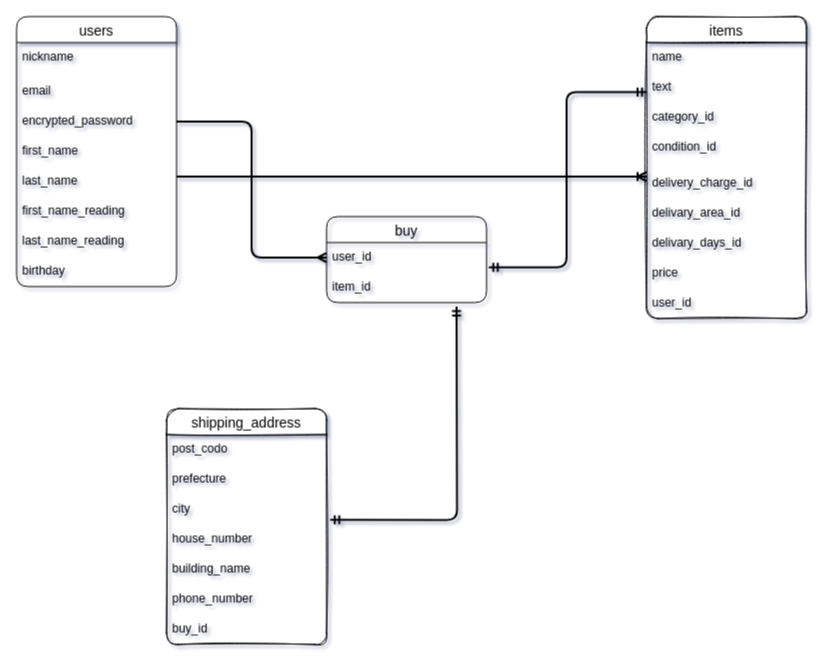
Earlier version of the draw.io diagram er.dio (minama003/furima-30325). Source tidied: cells renumbered, new cells numbered last; positions are measured from the earlier drawing's top-left corner, leaving out a move shared by most shapes. Both pictures are drawn from the tidied source at 100%, with x=0, y=0 at pixel (16, 16).
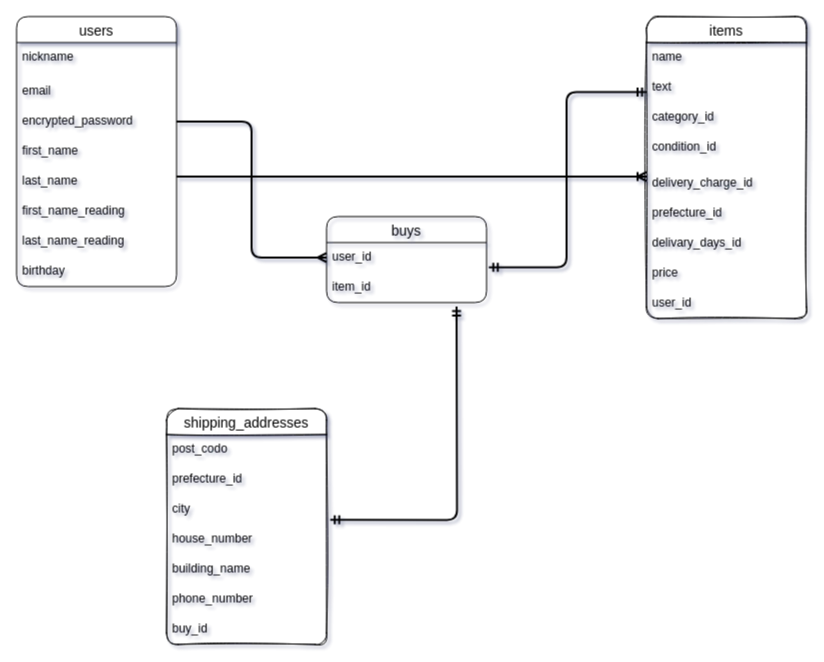
After the change.

Unchanged cells that the change refers to:
```xml
<mxCell id="11" value="items" style="swimlane;fontStyle=0;horizontal=1;startSize=26;align=center;fontSize=14;sketch=1;rounded=1;" parent="1" vertex="1">
  <mxGeometry x="630" width="160" height="302" as="geometry" />
</mxCell>
```

What changed in the source:
```diff
@@
-    <mxCell id="17" value="delivary_area_id" style="text;strokeColor=none;fillColor=none;spacingLeft=4;spacingRight=4;overflow=hidden;fontSize=12;rounded=1;" parent="11" vertex="1">
+    <mxCell id="17" value="prefecture_id" style="text;strokeColor=none;fillColor=none;spacingLeft=4;spacingRight=4;overflow=hidden;fontSize=12;rounded=1;" parent="11" vertex="1">
       <mxGeometry y="182" width="160" height="30" as="geometry" />
     </mxCell>
@@
-    <mxCell id="21" value="shipping_address" style="swimlane;fontStyle=0;horizontal=1;startSize=26;align=center;fontSize=14;sketch=1;rounded=1;" parent="1" vertex="1">
+    <mxCell id="21" value="shipping_addresses" style="swimlane;fontStyle=0;horizontal=1;startSize=26;align=center;fontSize=14;sketch=1;rounded=1;" parent="1" vertex="1">
       <mxGeometry x="150" y="392" width="160" height="236" as="geometry" />
     </mxCell>
@@
-    <mxCell id="23" value="prefecture" style="text;strokeColor=none;fillColor=none;spacingLeft=4;spacingRight=4;overflow=hidden;fontSize=12;rounded=1;" parent="21" vertex="1">
+    <mxCell id="23" value="prefecture_id" style="text;strokeColor=none;fillColor=none;spacingLeft=4;spacingRight=4;overflow=hidden;fontSize=12;rounded=1;" parent="21" vertex="1">
       <mxGeometry y="56" width="160" height="30" as="geometry" />
     </mxCell>
@@
-    <mxCell id="30" value="buy" style="swimlane;fontStyle=0;horizontal=1;startSize=26;align=center;fontSize=14;labelBackgroundColor=none;fillColor=none;rounded=1;" parent="1" vertex="1">
+    <mxCell id="30" value="buys" style="swimlane;fontStyle=0;horizontal=1;startSize=26;align=center;fontSize=14;labelBackgroundColor=none;fillColor=none;rounded=1;" parent="1" vertex="1">
       <mxGeometry x="310" y="200" width="160" height="86" as="geometry" />
     </mxCell>
```
